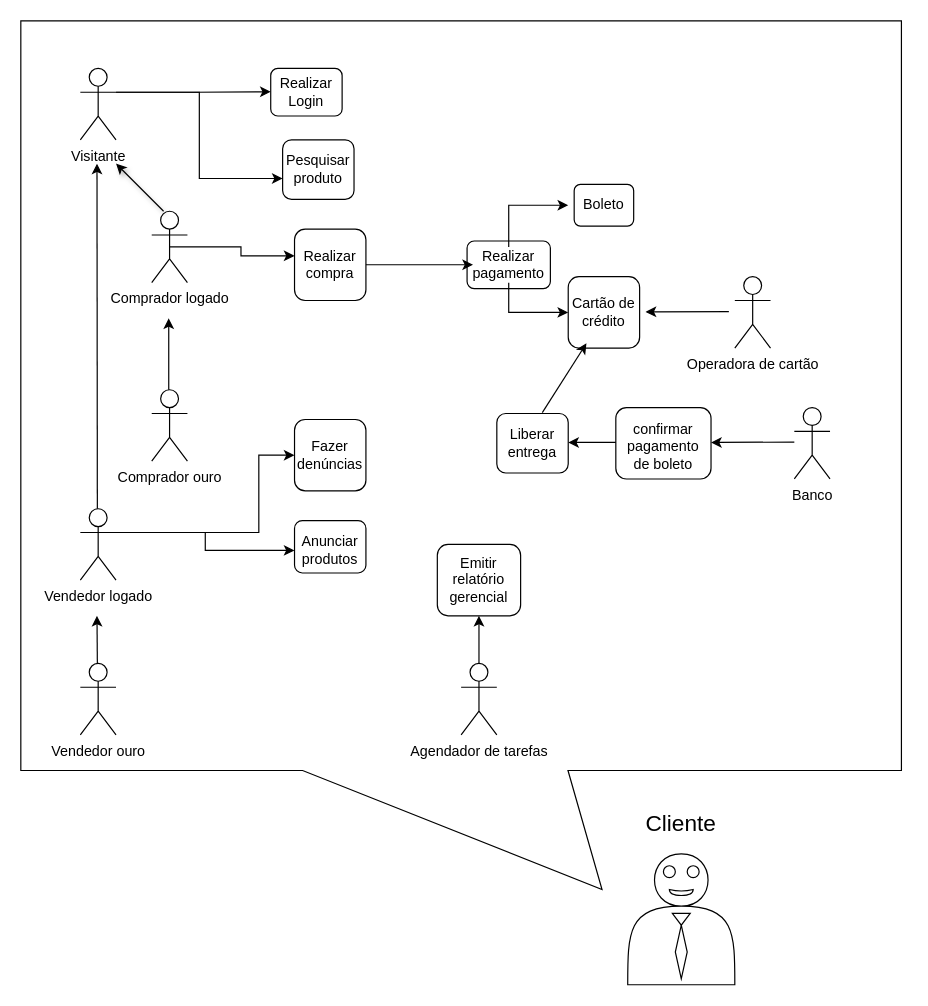
Before: page "Página-1" (1 of 2) of AtividadeDiagrama2.drawio in lepudim/Atividade, a draw.io diagram. Source tidied: cells renumbered, new cells numbered last; positions are measured from the earlier drawing's top-left corner, leaving out a move shared by most shapes. Both pictures are drawn from the tidied source at 119%, with x=0, y=0 at pixel (20, 20).
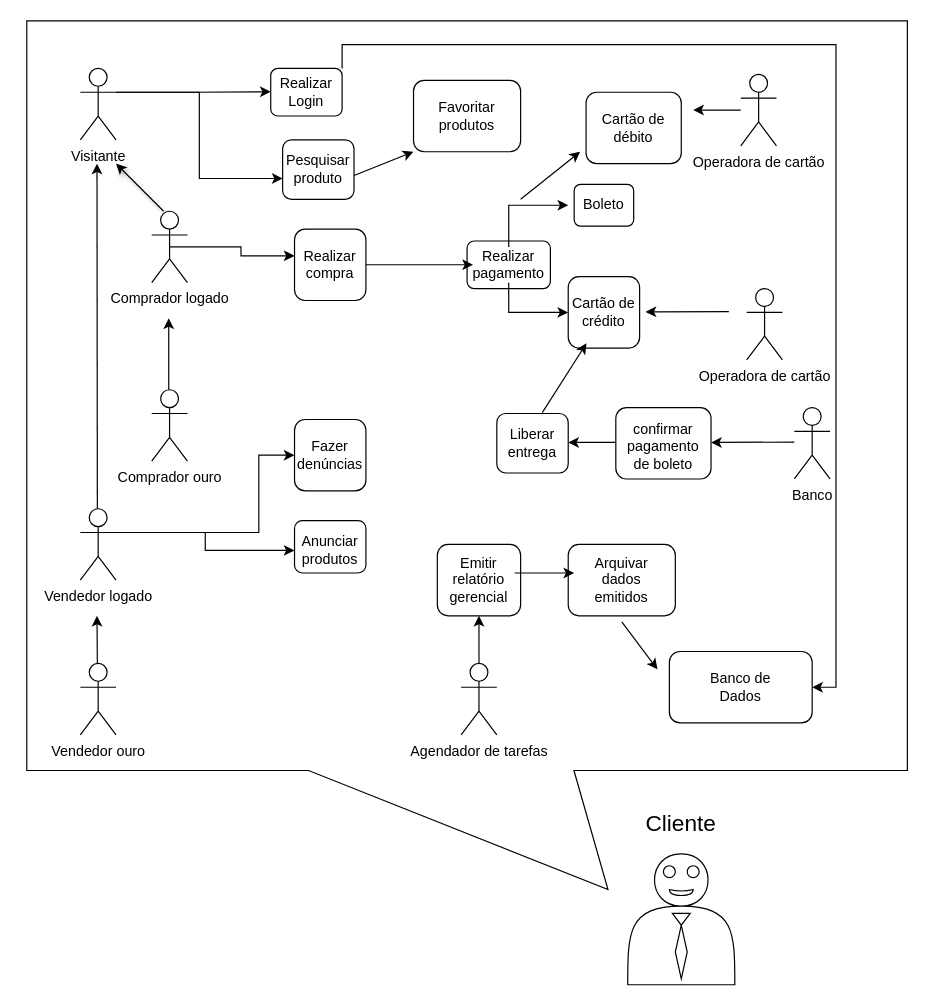
After the change.

Unchanged cells that the change refers to:
```xml
<mxCell id="18" value="Realizar Login" style="text;html=1;align=center;verticalAlign=middle;whiteSpace=wrap;rounded=0;" parent="1" vertex="1">
  <mxGeometry x="210" y="40" width="60" height="40" as="geometry" />
</mxCell>
```

The edit, as a diff of the source:
```diff
@@
+    <mxCell id="57" style="endArrow=classic;html=1;rounded=0;" parent="1" edge="1">
+      <mxGeometry relative="1" as="geometry">
+        <mxPoint x="360" y="400" as="sourcePoint" />
+        <mxPoint x="410" y="350" as="targetPoint" />
+      </mxGeometry>
+    </mxCell>
     <mxCell id="2" style="shape=callout;whiteSpace=wrap;html=1;perimeter=calloutPerimeter;direction=east;size=100;position=0.32;position2=0.66;base=223;" parent="1" vertex="1">
-      <mxGeometry width="740" height="730" as="geometry" />
+      <mxGeometry x="5" width="740" height="730" as="geometry" />
     </mxCell>
@@
+    <mxCell id="58" style="edgeStyle=orthogonalEdgeStyle;rounded=0;jettySize=auto;html=1;exitX=1;exitY=0;exitDx=0;exitDy=0;entryX=1;entryY=0.5;entryDx=0;entryDy=0;" parent="1" edge="1" source="18" target="68">
+      <mxGeometry relative="1" as="geometry" />
+    </mxCell>
@@
     <mxCell id="48" value="Operadora de cartão" style="shape=umlActor;verticalLabelPosition=bottom;verticalAlign=top;html=1;" parent="1" vertex="1">
-      <mxGeometry x="600" y="215" width="30" height="60" as="geometry" />
+      <mxGeometry x="605" y="45" width="30" height="60" as="geometry" />
     </mxCell>
@@
+    <mxCell id="59" style="rounded=1;whiteSpace=wrap;html=1;" parent="1" vertex="1">
+      <mxGeometry x="460" y="440" width="90" height="60" as="geometry" />
+    </mxCell>
+    <mxCell id="60" value="Arquivar dados emitidos" style="text;html=1;align=center;verticalAlign=middle;whiteSpace=wrap;rounded=0;" parent="1" vertex="1">
+      <mxGeometry x="475" y="455" width="60" height="30" as="geometry" />
+    </mxCell>
+    <mxCell id="61" style="rounded=1;whiteSpace=wrap;html=1;" parent="1" vertex="1">
+      <mxGeometry x="330" y="50" width="90" height="60" as="geometry" />
+    </mxCell>
+    <mxCell id="62" value="Favoritar produtos" style="text;html=1;align=center;verticalAlign=middle;whiteSpace=wrap;rounded=0;" parent="1" vertex="1">
+      <mxGeometry x="345" y="65" width="60" height="30" as="geometry" />
+    </mxCell>
+    <mxCell id="63" style="endArrow=classic;html=1;rounded=0;" parent="1" edge="1">
+      <mxGeometry relative="1" as="geometry">
+        <mxPoint x="280" y="130" as="sourcePoint" />
+        <mxPoint x="330" y="110" as="targetPoint" />
+      </mxGeometry>
+    </mxCell>
+    <mxCell id="64" style="endArrow=classic;html=1;rounded=0;" parent="1" edge="1">
+      <mxGeometry relative="1" as="geometry">
+        <mxPoint x="415" y="464" as="sourcePoint" />
+        <mxPoint x="465" y="464" as="targetPoint" />
+      </mxGeometry>
+    </mxCell>
+    <mxCell id="65" style="endArrow=classic;html=1;rounded=0;" parent="1" edge="1">
+      <mxGeometry relative="1" as="geometry">
+        <mxPoint x="420" y="150" as="sourcePoint" />
+        <mxPoint x="470" y="110" as="targetPoint" />
+      </mxGeometry>
+    </mxCell>
+    <mxCell id="66" style="rounded=1;whiteSpace=wrap;html=1;" parent="1" vertex="1">
+      <mxGeometry x="475" y="60" width="80" height="60" as="geometry" />
+    </mxCell>
+    <mxCell id="67" value="Cartão de débito" style="text;html=1;align=center;verticalAlign=middle;whiteSpace=wrap;rounded=0;" parent="1" vertex="1">
+      <mxGeometry x="485" y="75" width="60" height="30" as="geometry" />
+    </mxCell>
+    <mxCell id="68" style="rounded=1;whiteSpace=wrap;html=1;" parent="1" vertex="1">
+      <mxGeometry x="545" y="530" width="120" height="60" as="geometry" />
+    </mxCell>
+    <mxCell id="69" value="Banco de Dados" style="text;html=1;align=center;verticalAlign=middle;whiteSpace=wrap;rounded=0;" parent="1" vertex="1">
+      <mxGeometry x="575" y="545" width="60" height="30" as="geometry" />
+    </mxCell>
+    <mxCell id="70" style="endArrow=classic;html=1;rounded=0;" parent="1" edge="1">
+      <mxGeometry relative="1" as="geometry">
+        <mxPoint x="505" y="505" as="sourcePoint" />
+        <mxPoint x="535" y="545" as="targetPoint" />
+      </mxGeometry>
+    </mxCell>
+    <mxCell id="71" value="Operadora de cartão" style="shape=umlActor;verticalLabelPosition=bottom;verticalAlign=top;html=1;" parent="1" vertex="1">
+      <mxGeometry x="610" y="225" width="30" height="60" as="geometry" />
+    </mxCell>
+    <mxCell id="72" style="endArrow=classic;html=1;rounded=0;" parent="1" edge="1">
+      <mxGeometry relative="1" as="geometry">
+        <mxPoint x="605" y="75" as="sourcePoint" />
+        <mxPoint x="565" y="75" as="targetPoint" />
+      </mxGeometry>
+    </mxCell>
```
